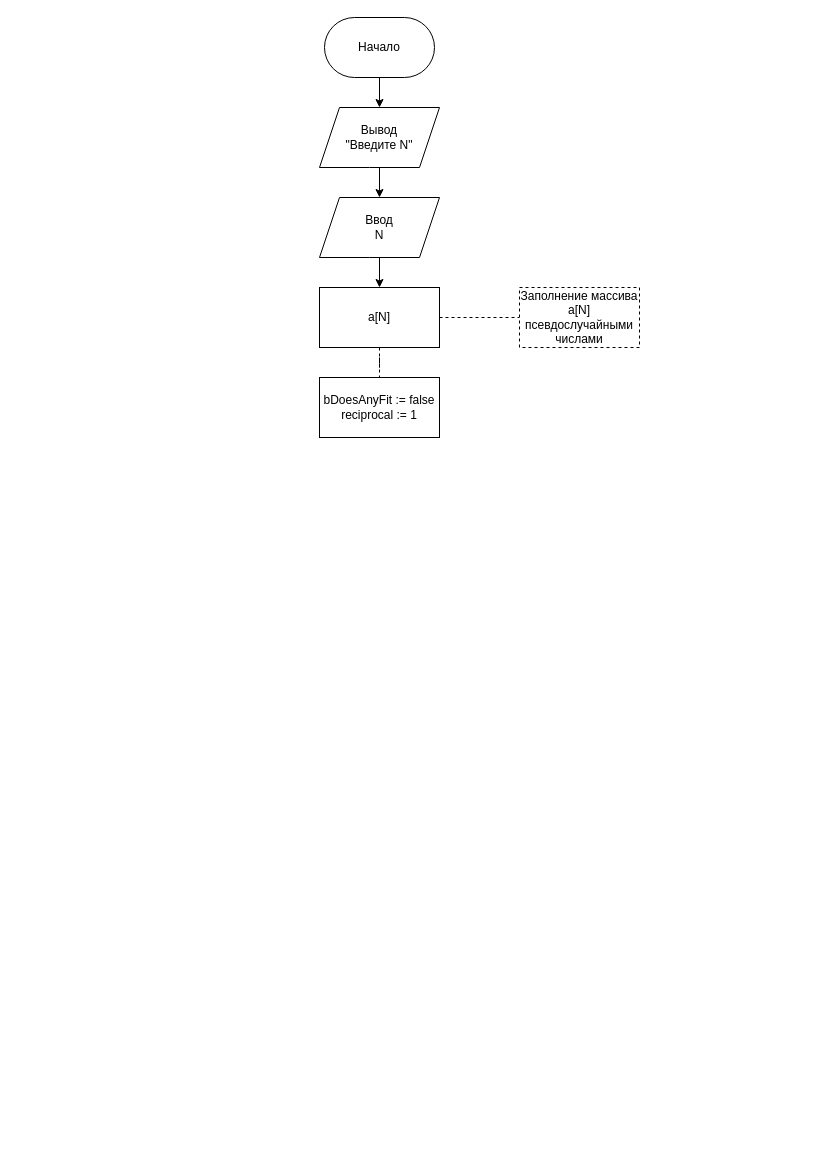
The draw.io diagram lab_05_diagram.drawio in 4gottendreamer/Diagrams-drawio, before the edit. Source tidied: cells renumbered, new cells numbered last; positions are measured from the earlier drawing's top-left corner, leaving out a move shared by most shapes. Both pictures are drawn from the tidied source at 100%, with x=0, y=0 at pixel (319, 17).
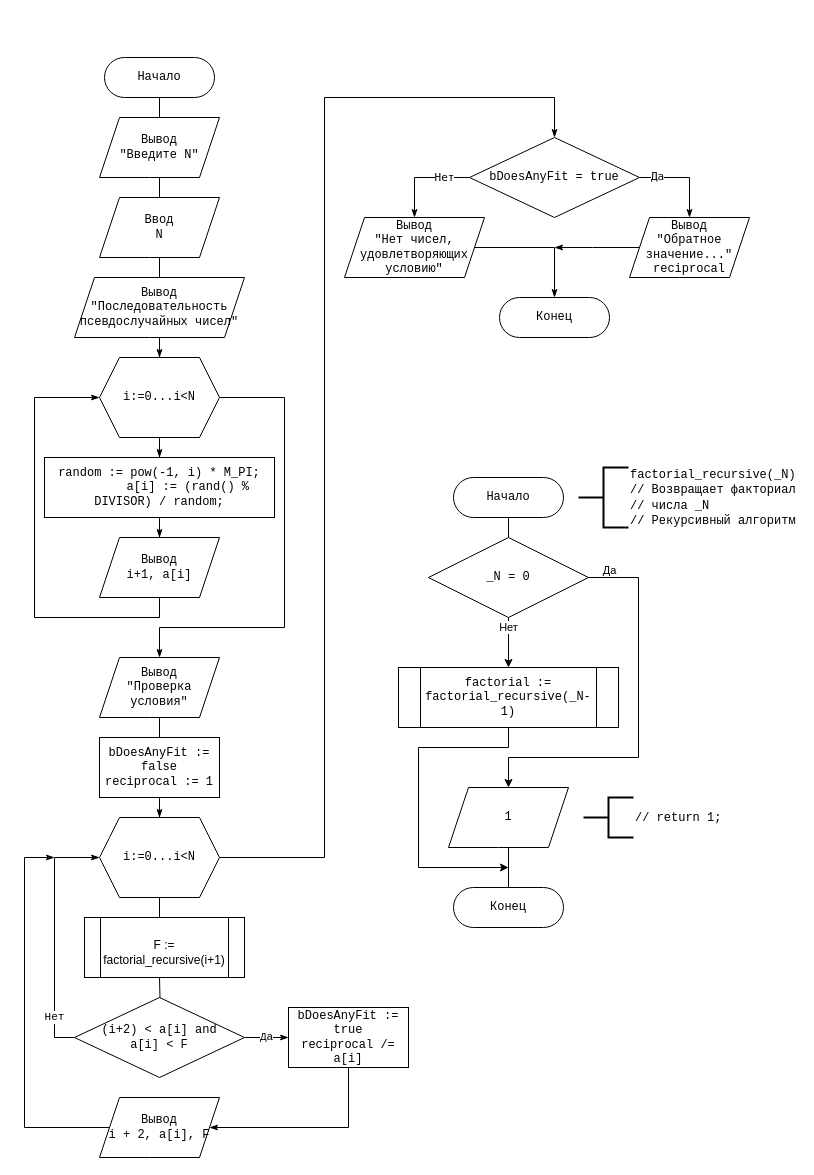
The same diagram, later.

What changed in the source:
```diff
@@
-    <mxCell id="2" style="edgeStyle=orthogonalEdgeStyle;rounded=0;jettySize=auto;html=1;" parent="1" edge="1" source="3" target="5">
+    <mxCell id="2" style="edgeStyle=orthogonalEdgeStyle;rounded=0;jettySize=auto;html=1;endArrow=none;endFill=0;fontFamily=Consolas;" parent="1" edge="1" source="3" target="5">
       <mxGeometry relative="1" as="geometry" />
     </mxCell>
-    <mxCell id="3" value="&lt;div&gt;Начало&lt;/div&gt;" style="rounded=1;whiteSpace=wrap;html=1;arcSize=50;" parent="1" vertex="1">
-      <mxGeometry x="5" width="110" height="60" as="geometry" />
+    <mxCell id="3" value="&lt;div&gt;Начало&lt;/div&gt;" style="rounded=1;whiteSpace=wrap;html=1;arcSize=50;fontFamily=Consolas;" parent="1" vertex="1">
+      <mxGeometry x="-215" y="40" width="110" height="40" as="geometry" />
     </mxCell>
-    <mxCell id="4" style="edgeStyle=orthogonalEdgeStyle;rounded=0;jettySize=auto;html=1;" parent="1" edge="1" source="5" target="7">
-      <mxGeometry relative="1" as="geometry" />
-    </mxCell>
-    <mxCell id="5" value="&lt;div&gt;Вывод&lt;/div&gt;&lt;div&gt;&quot;Введите N&quot;&lt;br&gt;&lt;/div&gt;" style="shape=parallelogram;perimeter=parallelogramPerimeter;whiteSpace=wrap;html=1;fixedSize=1;rounded=1;arcSize=0;" parent="1" vertex="1">
-      <mxGeometry y="90" width="120" height="60" as="geometry" />
+    <mxCell id="5" value="&lt;div&gt;Вывод&lt;/div&gt;&lt;div&gt;&quot;Введите N&quot;&lt;br&gt;&lt;/div&gt;" style="shape=parallelogram;perimeter=parallelogramPerimeter;whiteSpace=wrap;html=1;fixedSize=1;rounded=1;arcSize=0;fontFamily=Consolas;" parent="1" vertex="1">
+      <mxGeometry x="-220" y="100" width="120" height="60" as="geometry" />
     </mxCell>
-    <mxCell id="6" style="edgeStyle=orthogonalEdgeStyle;rounded=0;jettySize=auto;html=1;" parent="1" edge="1" source="7" target="11">
-      <mxGeometry relative="1" as="geometry" />
-    </mxCell>
+    <mxCell id="14" style="edgeStyle=orthogonalEdgeStyle;rounded=0;jettySize=auto;html=1;endArrow=none;endFill=0;strokeColor=#000000;strokeWidth=1;fontFamily=Consolas;" parent="1" edge="1" source="7" target="5">
+      <mxGeometry relative="1" as="geometry" />
+    </mxCell>
+    <mxCell id="15" style="edgeStyle=orthogonalEdgeStyle;rounded=0;jettySize=auto;html=1;endArrow=none;endFill=0;strokeColor=#000000;strokeWidth=1;fontFamily=Consolas;" parent="1" edge="1" source="7">
+      <mxGeometry relative="1" as="geometry">
+        <mxPoint x="-160" y="260" as="targetPoint" />
+      </mxGeometry>
+    </mxCell>
-    <mxCell id="7" value="&lt;div&gt;Ввод&lt;/div&gt;&lt;div&gt;N&lt;br&gt;&lt;/div&gt;" style="shape=parallelogram;perimeter=parallelogramPerimeter;whiteSpace=wrap;html=1;fixedSize=1;rounded=1;arcSize=0;" parent="1" vertex="1">
-      <mxGeometry y="180" width="120" height="60" as="geometry" />
+    <mxCell id="7" value="&lt;div&gt;Ввод&lt;/div&gt;&lt;div&gt;N&lt;br&gt;&lt;/div&gt;" style="shape=parallelogram;perimeter=parallelogramPerimeter;whiteSpace=wrap;html=1;fixedSize=1;rounded=1;arcSize=0;fontFamily=Consolas;" parent="1" vertex="1">
+      <mxGeometry x="-220" y="180" width="120" height="60" as="geometry" />
     </mxCell>
-    <mxCell id="8" style="edgeStyle=orthogonalEdgeStyle;rounded=0;orthogonalLoop=1;jettySize=auto;html=1;exitX=0.5;exitY=1;exitDx=0;exitDy=0;" parent="1" edge="1" source="7" target="7">
+    <mxCell id="8" style="edgeStyle=orthogonalEdgeStyle;rounded=0;orthogonalLoop=1;jettySize=auto;html=1;exitX=0.5;exitY=1;exitDx=0;exitDy=0;fontFamily=Consolas;" parent="1" edge="1" source="7" target="7">
       <mxGeometry relative="1" as="geometry" />
     </mxCell>
-    <mxCell id="9" style="edgeStyle=orthogonalEdgeStyle;jettySize=auto;html=1;rounded=0;dashed=1;endArrow=none;endFill=0;" parent="1" edge="1" source="11" target="12">
-      <mxGeometry relative="1" as="geometry" />
-    </mxCell>
-    <mxCell id="10" style="edgeStyle=orthogonalEdgeStyle;rounded=0;jettySize=auto;html=1;dashed=1;endArrow=none;endFill=0;strokeColor=#000000;" parent="1" edge="1" source="11" target="13">
-      <mxGeometry relative="1" as="geometry" />
-    </mxCell>
-    <mxCell id="11" value="a[N]" style="whiteSpace=wrap;html=1;rounded=1;arcSize=0;" parent="1" vertex="1">
-      <mxGeometry y="270" width="120" height="60" as="geometry" />
-    </mxCell>
-    <mxCell id="12" value="Заполнение массива a[N] псевдослучайными числами" style="whiteSpace=wrap;html=1;rounded=1;arcSize=0;dashed=1;" parent="1" vertex="1">
-      <mxGeometry x="200" y="270" width="120" height="60" as="geometry" />
-    </mxCell>
+    <mxCell id="16" style="edgeStyle=orthogonalEdgeStyle;rounded=0;jettySize=auto;html=1;endArrow=none;endFill=0;strokeColor=#000000;strokeWidth=1;fontFamily=Consolas;" parent="1" edge="1" source="13" target="18">
+      <mxGeometry relative="1" as="geometry" />
+    </mxCell>
+    <mxCell id="17" style="edgeStyle=orthogonalEdgeStyle;rounded=0;jettySize=auto;html=1;endArrow=classicThin;endFill=1;strokeColor=#000000;strokeWidth=1;fontFamily=Consolas;" parent="1" edge="1" source="13" target="30">
+      <mxGeometry relative="1" as="geometry" />
+    </mxCell>
-    <mxCell id="13" value="&lt;div&gt;bDoesAnyFit := false&lt;/div&gt;&lt;div&gt;reciprocal := 1&lt;br&gt;&lt;/div&gt;" style="whiteSpace=wrap;html=1;rounded=1;arcSize=0;" parent="1" vertex="1">
-      <mxGeometry y="360" width="120" height="60" as="geometry" />
+    <mxCell id="13" value="&lt;div&gt;bDoesAnyFit := false&lt;/div&gt;&lt;div&gt;reciprocal := 1&lt;br&gt;&lt;/div&gt;" style="whiteSpace=wrap;html=1;rounded=1;arcSize=0;fontFamily=Consolas;" parent="1" vertex="1">
+      <mxGeometry x="-220" y="720" width="120" height="60" as="geometry" />
     </mxCell>
+    <mxCell id="18" value="&lt;div&gt;Вывод&lt;/div&gt;&lt;div&gt;&quot;Проверка&lt;/div&gt;&lt;div&gt;условия&quot;&lt;br&gt;&lt;/div&gt;" style="shape=parallelogram;perimeter=parallelogramPerimeter;whiteSpace=wrap;html=1;fixedSize=1;rounded=1;arcSize=0;fontFamily=Consolas;" parent="1" vertex="1">
+      <mxGeometry x="-220" y="640" width="120" height="60" as="geometry" />
+    </mxCell>
+    <mxCell id="19" style="edgeStyle=orthogonalEdgeStyle;rounded=0;jettySize=auto;html=1;endArrow=classicThin;endFill=1;strokeColor=#000000;strokeWidth=1;fontFamily=Consolas;" parent="1" edge="1" source="21" target="23">
+      <mxGeometry relative="1" as="geometry" />
+    </mxCell>
+    <mxCell id="20" style="edgeStyle=orthogonalEdgeStyle;rounded=0;jettySize=auto;html=1;endArrow=classicThin;endFill=1;strokeColor=#000000;strokeWidth=1;entryX=0.5;entryY=0;entryDx=0;entryDy=0;fontFamily=Consolas;" parent="1" edge="1" source="21" target="18">
+      <mxGeometry relative="1" as="geometry">
+        <Array as="points">
+          <mxPoint x="-35" y="380" />
+          <mxPoint x="-35" y="610" />
+          <mxPoint x="-160" y="610" />
+        </Array>
+      </mxGeometry>
+    </mxCell>
+    <mxCell id="21" value="i:=0...i&amp;lt;N" style="shape=hexagon;perimeter=hexagonPerimeter2;whiteSpace=wrap;html=1;fixedSize=1;strokeWidth=1;fontFamily=Consolas;" parent="1" vertex="1">
+      <mxGeometry x="-220" y="340" width="120" height="80" as="geometry" />
+    </mxCell>
+    <mxCell id="22" style="edgeStyle=orthogonalEdgeStyle;rounded=0;jettySize=auto;html=1;endArrow=classicThin;endFill=1;strokeColor=#000000;strokeWidth=1;fontFamily=Consolas;" parent="1" edge="1" source="23" target="25">
+      <mxGeometry relative="1" as="geometry" />
+    </mxCell>
+    <mxCell id="23" value="random := pow(-1, i) * M_PI;&lt;br&gt;&amp;nbsp;&amp;nbsp;&amp;nbsp;&amp;nbsp;&amp;nbsp;&amp;nbsp;&amp;nbsp; a[i] := (rand() % DIVISOR) / random;" style="whiteSpace=wrap;html=1;strokeWidth=1;fontFamily=Consolas;" parent="1" vertex="1">
+      <mxGeometry x="-275" y="440" width="230" height="60" as="geometry" />
+    </mxCell>
+    <mxCell id="24" style="edgeStyle=orthogonalEdgeStyle;rounded=0;jettySize=auto;html=1;endArrow=classicThin;endFill=1;strokeWidth=1;entryX=0;entryY=0.5;entryDx=0;entryDy=0;fontFamily=Consolas;" parent="1" edge="1" source="25" target="21">
+      <mxGeometry relative="1" as="geometry">
+        <Array as="points">
+          <mxPoint x="-160" y="600" />
+          <mxPoint x="-285" y="600" />
+          <mxPoint x="-285" y="380" />
+        </Array>
+      </mxGeometry>
+    </mxCell>
+    <mxCell id="25" value="&lt;div&gt;Вывод&lt;/div&gt;&lt;div&gt;i+1, a[i]&lt;br&gt;&lt;/div&gt;" style="shape=parallelogram;perimeter=parallelogramPerimeter;whiteSpace=wrap;html=1;fixedSize=1;strokeWidth=1;fontFamily=Consolas;" parent="1" vertex="1">
+      <mxGeometry x="-220" y="520" width="120" height="60" as="geometry" />
+    </mxCell>
+    <mxCell id="26" style="edgeStyle=orthogonalEdgeStyle;rounded=0;jettySize=auto;html=1;endArrow=classicThin;endFill=1;strokeColor=#000000;strokeWidth=1;fontFamily=Consolas;" parent="1" edge="1" source="27" target="21">
+      <mxGeometry relative="1" as="geometry" />
+    </mxCell>
+    <mxCell id="27" value="&lt;div&gt;Вывод&lt;/div&gt;&lt;div&gt;&quot;Последовательность&lt;/div&gt;&lt;div&gt;псевдослучайных чисел&quot;&lt;br&gt;&lt;/div&gt;" style="shape=parallelogram;perimeter=parallelogramPerimeter;whiteSpace=wrap;html=1;fixedSize=1;rounded=1;arcSize=0;fontFamily=Consolas;" parent="1" vertex="1">
+      <mxGeometry x="-245" y="260" width="170" height="60" as="geometry" />
+    </mxCell>
+    <mxCell id="28" style="edgeStyle=orthogonalEdgeStyle;rounded=0;jettySize=auto;html=1;endArrow=none;endFill=0;strokeColor=#000000;strokeWidth=1;fontFamily=Consolas;" parent="1" edge="1" source="30">
+      <mxGeometry relative="1" as="geometry">
+        <mxPoint x="-160" y="900" as="targetPoint" />
+      </mxGeometry>
+    </mxCell>
+    <mxCell id="29" style="edgeStyle=orthogonalEdgeStyle;rounded=0;jettySize=auto;html=1;endArrow=classicThin;endFill=1;strokeColor=#000000;strokeWidth=1;entryX=0.5;entryY=0;entryDx=0;entryDy=0;fontFamily=Consolas;" parent="1" edge="1" source="30" target="42">
+      <mxGeometry relative="1" as="geometry">
+        <Array as="points">
+          <mxPoint x="5" y="840" />
+          <mxPoint x="5" y="80" />
+          <mxPoint x="235" y="80" />
+        </Array>
+      </mxGeometry>
+    </mxCell>
+    <mxCell id="30" value="i:=0...i&amp;lt;N" style="shape=hexagon;perimeter=hexagonPerimeter2;whiteSpace=wrap;html=1;fixedSize=1;rounded=1;arcSize=0;fontFamily=Consolas;" parent="1" vertex="1">
+      <mxGeometry x="-220" y="800" width="120" height="80" as="geometry" />
+    </mxCell>
+    <mxCell id="31" style="edgeStyle=orthogonalEdgeStyle;rounded=0;jettySize=auto;html=1;endArrow=none;endFill=0;strokeColor=#000000;strokeWidth=1;fontFamily=Consolas;" parent="1" edge="1" target="34">
+      <mxGeometry relative="1" as="geometry">
+        <mxPoint x="-160" y="960" as="sourcePoint" />
+      </mxGeometry>
+    </mxCell>
+    <mxCell id="32" value="Нет" style="edgeStyle=orthogonalEdgeStyle;rounded=0;jettySize=auto;html=1;endArrow=classicThin;endFill=1;strokeColor=#000000;strokeWidth=1;entryX=0;entryY=0.5;entryDx=0;entryDy=0;fontFamily=Consolas;" parent="1" edge="1" source="34" target="30">
+      <mxGeometry x="-0.67" relative="1" as="geometry">
+        <Array as="points">
+          <mxPoint x="-265" y="1020" />
+          <mxPoint x="-265" y="840" />
+        </Array>
+      </mxGeometry>
+    </mxCell>
+    <mxCell id="33" value="&lt;div&gt;Да&lt;/div&gt;" style="edgeStyle=orthogonalEdgeStyle;rounded=0;jettySize=auto;html=1;endArrow=classicThin;endFill=1;strokeColor=#000000;strokeWidth=1;fontFamily=Consolas;" parent="1" edge="1" source="34" target="36">
+      <mxGeometry relative="1" as="geometry" />
+    </mxCell>
+    <mxCell id="34" value="&lt;div&gt;(i+2) &amp;lt; a[i] and&lt;/div&gt;&lt;div&gt;a[i] &amp;lt; F&lt;br&gt;&lt;/div&gt;" style="rhombus;whiteSpace=wrap;html=1;rounded=1;arcSize=0;fontFamily=Consolas;" parent="1" vertex="1">
+      <mxGeometry x="-245" y="980" width="170" height="80" as="geometry" />
+    </mxCell>
+    <mxCell id="35" style="edgeStyle=orthogonalEdgeStyle;rounded=0;jettySize=auto;html=1;endArrow=classicThin;endFill=1;strokeColor=#000000;strokeWidth=1;fontFamily=Consolas;" parent="1" edge="1" source="36" target="38">
+      <mxGeometry relative="1" as="geometry">
+        <Array as="points">
+          <mxPoint x="29" y="1110" />
+        </Array>
+      </mxGeometry>
+    </mxCell>
+    <mxCell id="36" value="&lt;div&gt;bDoesAnyFit := true&lt;/div&gt;&lt;div&gt;reciprocal /= a[i]&lt;br&gt;&lt;/div&gt;" style="whiteSpace=wrap;html=1;rounded=1;arcSize=0;fontFamily=Consolas;" parent="1" vertex="1">
+      <mxGeometry x="-31" y="990" width="120" height="60" as="geometry" />
+    </mxCell>
+    <mxCell id="37" style="edgeStyle=orthogonalEdgeStyle;rounded=0;jettySize=auto;html=1;endArrow=classicThin;endFill=1;strokeColor=#000000;strokeWidth=1;fontFamily=Consolas;" parent="1" edge="1" source="38">
+      <mxGeometry relative="1" as="geometry">
+        <mxPoint x="-265" y="840" as="targetPoint" />
+        <Array as="points">
+          <mxPoint x="-295" y="1110" />
+          <mxPoint x="-295" y="840" />
+        </Array>
+      </mxGeometry>
+    </mxCell>
+    <mxCell id="38" value="&lt;div&gt;Вывод&lt;/div&gt;&lt;div&gt;i + 2, a[i], F&lt;br&gt;&lt;/div&gt;" style="shape=parallelogram;perimeter=parallelogramPerimeter;whiteSpace=wrap;html=1;fixedSize=1;rounded=1;arcSize=0;fontFamily=Consolas;" parent="1" vertex="1">
+      <mxGeometry x="-220" y="1080" width="120" height="60" as="geometry" />
+    </mxCell>
+    <mxCell id="39" style="edgeStyle=orthogonalEdgeStyle;rounded=0;jettySize=auto;html=1;endArrow=classicThin;endFill=1;strokeColor=#000000;strokeWidth=1;entryX=0.5;entryY=0;entryDx=0;entryDy=0;fontFamily=Consolas;exitX=1;exitY=0.5;exitDx=0;exitDy=0;" parent="1" edge="1" source="42" target="44">
+      <mxGeometry relative="1" as="geometry">
+        <Array as="points">
+          <mxPoint x="370" y="160" />
+        </Array>
+      </mxGeometry>
+    </mxCell>
+    <mxCell id="40" value="Да" style="edgeLabel;html=1;align=center;verticalAlign=middle;fontFamily=Lucida Console;" parent="39" vertex="1">
+      <mxGeometry x="-0.63" y="2" relative="1" as="geometry" />
+    </mxCell>
+    <mxCell id="41" value="Нет" style="edgeStyle=orthogonalEdgeStyle;rounded=0;jettySize=auto;html=1;endArrow=classicThin;endFill=1;strokeColor=#000000;strokeWidth=1;fontFamily=Lucida Console;exitX=0;exitY=0.5;exitDx=0;exitDy=0;" parent="1" edge="1" source="42">
+      <mxGeometry x="-0.47" relative="1" as="geometry">
+        <mxPoint x="95" y="200" as="targetPoint" />
+        <Array as="points">
+          <mxPoint x="95" y="160" />
+        </Array>
+      </mxGeometry>
+    </mxCell>
+    <mxCell id="42" value="bDoesAnyFit = true" style="rhombus;whiteSpace=wrap;html=1;rounded=1;arcSize=0;fontFamily=Consolas;" parent="1" vertex="1">
+      <mxGeometry x="150" y="120" width="170" height="80" as="geometry" />
+    </mxCell>
+    <mxCell id="43" style="edgeStyle=orthogonalEdgeStyle;rounded=0;jettySize=auto;html=1;endArrow=classicThin;endFill=1;strokeColor=#000000;strokeWidth=1;fontFamily=Lucida Console;" parent="1" edge="1" source="44">
+      <mxGeometry relative="1" as="geometry">
+        <mxPoint x="235" y="230" as="targetPoint" />
+      </mxGeometry>
+    </mxCell>
+    <mxCell id="44" value="&lt;div&gt;Вывод&lt;/div&gt;&lt;div&gt;&quot;Обратное значение...&quot;&lt;/div&gt;&lt;div&gt;reciprocal&lt;br&gt;&lt;/div&gt;" style="shape=parallelogram;perimeter=parallelogramPerimeter;whiteSpace=wrap;html=1;fixedSize=1;rounded=1;arcSize=0;fontFamily=Consolas;" parent="1" vertex="1">
+      <mxGeometry x="310" y="200" width="120" height="60" as="geometry" />
+    </mxCell>
+    <mxCell id="45" style="edgeStyle=orthogonalEdgeStyle;rounded=0;jettySize=auto;html=1;endArrow=classicThin;endFill=1;strokeColor=#000000;strokeWidth=1;fontFamily=Lucida Console;entryX=0.5;entryY=0;entryDx=0;entryDy=0;" parent="1" edge="1" source="46" target="47">
+      <mxGeometry relative="1" as="geometry">
+        <Array as="points">
+          <mxPoint x="235" y="230" />
+        </Array>
+      </mxGeometry>
+    </mxCell>
+    <mxCell id="46" value="&lt;div&gt;Вывод&lt;/div&gt;&lt;div&gt;&quot;Нет чисел, удовлетворяющих условию&quot;&lt;br&gt;&lt;/div&gt;" style="shape=parallelogram;perimeter=parallelogramPerimeter;whiteSpace=wrap;html=1;fixedSize=1;rounded=1;arcSize=0;fontFamily=Consolas;" parent="1" vertex="1">
+      <mxGeometry x="25" y="200" width="140" height="60" as="geometry" />
+    </mxCell>
+    <mxCell id="47" value="Конец" style="rounded=1;whiteSpace=wrap;html=1;arcSize=50;fontFamily=Consolas;" parent="1" vertex="1">
+      <mxGeometry x="180" y="280" width="110" height="40" as="geometry" />
+    </mxCell>
+    <mxCell id="48" style="edgeStyle=orthogonalEdgeStyle;rounded=0;jettySize=auto;html=1;endArrow=none;endFill=0;entryX=0.5;entryY=0;entryDx=0;entryDy=0;" parent="1" edge="1" source="49" target="55">
+      <mxGeometry relative="1" as="geometry" />
+    </mxCell>
+    <mxCell id="49" value="&lt;div&gt;Начало&lt;/div&gt;" style="rounded=1;whiteSpace=wrap;html=1;arcSize=50;fontFamily=Consolas;" parent="1" vertex="1">
+      <mxGeometry x="134" y="460" width="110" height="40" as="geometry" />
+    </mxCell>
+    <mxCell id="50" value="&lt;div&gt;&lt;font face=&quot;Consolas&quot;&gt;factorial_recursive(_N)&lt;/font&gt;&lt;/div&gt;&lt;div&gt;&lt;font face=&quot;Consolas&quot;&gt;// Возвращает факториал&lt;/font&gt;&lt;/div&gt;&lt;div&gt;&lt;font face=&quot;Consolas&quot;&gt;// числа _N&lt;br&gt;// Рекурсивный алгоритм&lt;br&gt;&lt;/font&gt;&lt;/div&gt;" style="strokeWidth=2;html=1;shape=mxgraph.flowchart.annotation_2;align=left;labelPosition=right;" parent="1" vertex="1">
+      <mxGeometry x="259" y="450" width="50" height="60" as="geometry" />
+    </mxCell>
+    <mxCell id="51" value="&lt;br&gt;&lt;div&gt;F := factorial_recursive(i+1)&lt;br&gt;&lt;/div&gt;&lt;br&gt;" style="shape=process;whiteSpace=wrap;html=1;backgroundOutline=1;rounded=1;verticalAlign=top;arcSize=0;" parent="1" vertex="1">
+      <mxGeometry x="-235" y="900" width="160" height="60" as="geometry" />
+    </mxCell>
+    <mxCell id="52" style="edgeStyle=orthogonalEdgeStyle;rounded=0;jettySize=auto;html=1;endArrow=classic;endFill=1;entryX=0.5;entryY=0;entryDx=0;entryDy=0;exitX=1;exitY=0.5;exitDx=0;exitDy=0;" parent="1" edge="1" target="59">
+      <mxGeometry relative="1" as="geometry">
+        <mxPoint x="267" y="560" as="sourcePoint" />
+        <Array as="points">
+          <mxPoint x="319" y="560" />
+          <mxPoint x="319" y="740" />
+          <mxPoint x="189" y="740" />
+        </Array>
+      </mxGeometry>
+    </mxCell>
+    <mxCell id="53" value="Да" style="edgeLabel;html=1;align=center;verticalAlign=middle;" parent="52" vertex="1">
+      <mxGeometry x="-0.42" y="1" relative="1" as="geometry">
+        <mxPoint x="-31" y="-69.4" as="offset" />
+      </mxGeometry>
+    </mxCell>
+    <mxCell id="54" value="Нет" style="edgeStyle=orthogonalEdgeStyle;rounded=0;jettySize=auto;html=1;endArrow=classic;endFill=1;exitX=0.5;exitY=1;exitDx=0;exitDy=0;" parent="1" edge="1" source="55" target="57">
+      <mxGeometry x="-0.6" relative="1" as="geometry" />
+    </mxCell>
+    <mxCell id="55" value="_N = 0" style="rhombus;whiteSpace=wrap;html=1;rounded=1;fontFamily=Consolas;arcSize=0;" parent="1" vertex="1">
+      <mxGeometry x="109" y="520" width="160" height="80" as="geometry" />
+    </mxCell>
+    <mxCell id="56" style="edgeStyle=orthogonalEdgeStyle;rounded=0;jettySize=auto;html=1;endArrow=classic;endFill=1;" parent="1" edge="1" source="57">
+      <mxGeometry relative="1" as="geometry">
+        <mxPoint x="189" y="850" as="targetPoint" />
+        <Array as="points">
+          <mxPoint x="189" y="730" />
+          <mxPoint x="99" y="730" />
+          <mxPoint x="99" y="850" />
+          <mxPoint x="189" y="850" />
+        </Array>
+      </mxGeometry>
+    </mxCell>
+    <mxCell id="57" value="&lt;div&gt;factorial :=&lt;/div&gt;&lt;div&gt;factorial_recursive(_N-1)&lt;/div&gt;" style="shape=process;whiteSpace=wrap;html=1;backgroundOutline=1;rounded=1;fontFamily=Consolas;arcSize=0;" parent="1" vertex="1">
+      <mxGeometry x="79" y="650" width="220" height="60" as="geometry" />
+    </mxCell>
+    <mxCell id="58" style="edgeStyle=orthogonalEdgeStyle;rounded=0;jettySize=auto;html=1;endArrow=none;endFill=0;" parent="1" edge="1" source="59" target="60">
+      <mxGeometry relative="1" as="geometry" />
+    </mxCell>
+    <mxCell id="59" value="1" style="shape=parallelogram;perimeter=parallelogramPerimeter;whiteSpace=wrap;html=1;fixedSize=1;rounded=1;arcSize=0;fontFamily=Consolas;" parent="1" vertex="1">
+      <mxGeometry x="129" y="770" width="120" height="60" as="geometry" />
+    </mxCell>
+    <mxCell id="60" value="Конец" style="rounded=1;whiteSpace=wrap;html=1;arcSize=50;fontFamily=Consolas;" parent="1" vertex="1">
+      <mxGeometry x="134" y="870" width="110" height="40" as="geometry" />
+    </mxCell>
+    <mxCell id="61" value="&lt;div&gt;&lt;font face=&quot;Consolas&quot;&gt;// return 1;&lt;br&gt;&lt;/font&gt;&lt;/div&gt;" style="strokeWidth=2;html=1;shape=mxgraph.flowchart.annotation_2;align=left;labelPosition=right;" parent="1" vertex="1">
+      <mxGeometry x="264" y="780" width="50" height="40" as="geometry" />
+    </mxCell>
```
